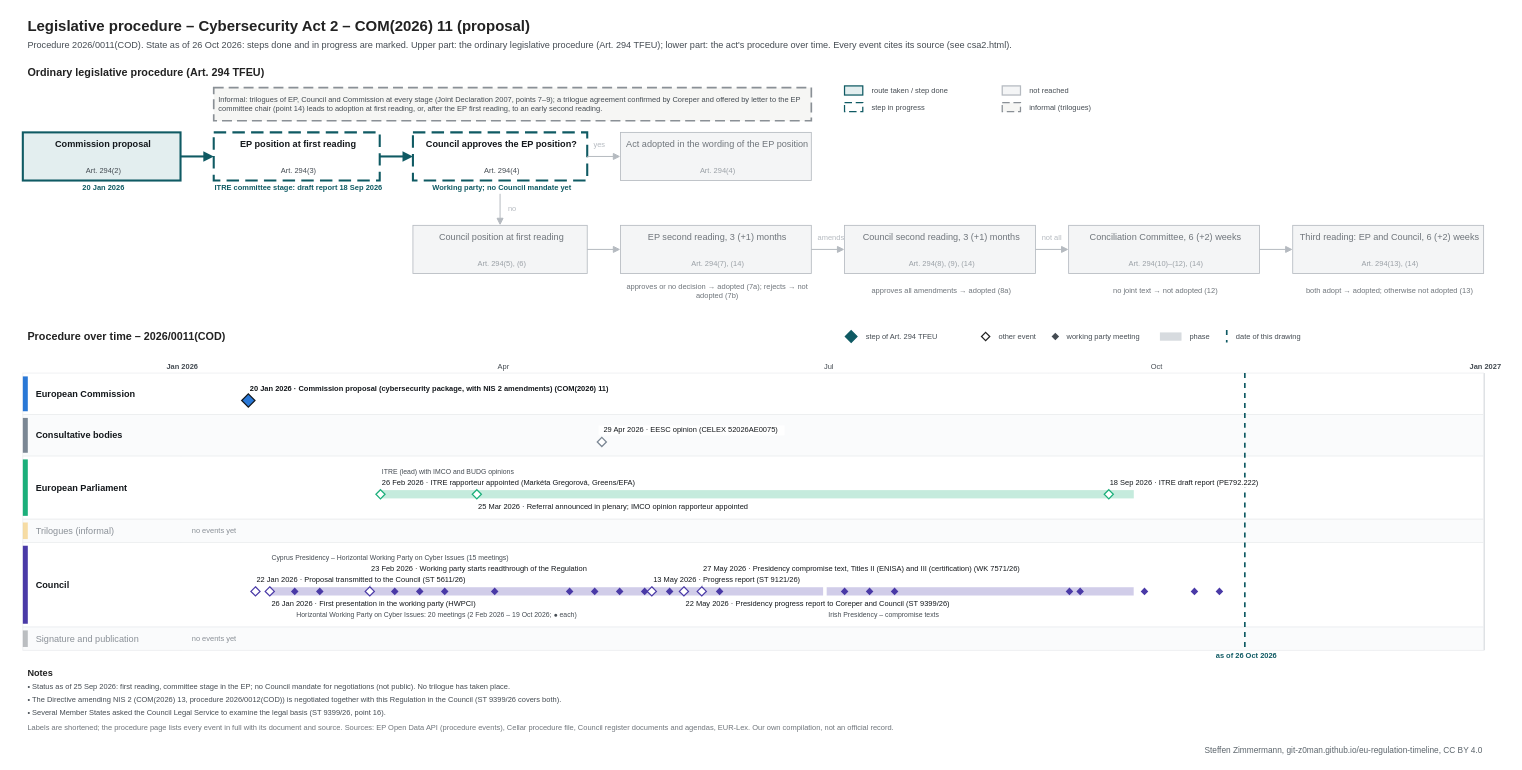
Before: procedures/csa2.drawio in git-z0man/eu-regulation-timeline, a draw.io diagram. Source tidied: cells renumbered, new cells numbered last; positions are measured from the earlier drawing's top-left corner, leaving out a move shared by most shapes. Both pictures are drawn from the tidied source at 83%, with x=0, y=0 at pixel (14, 14).
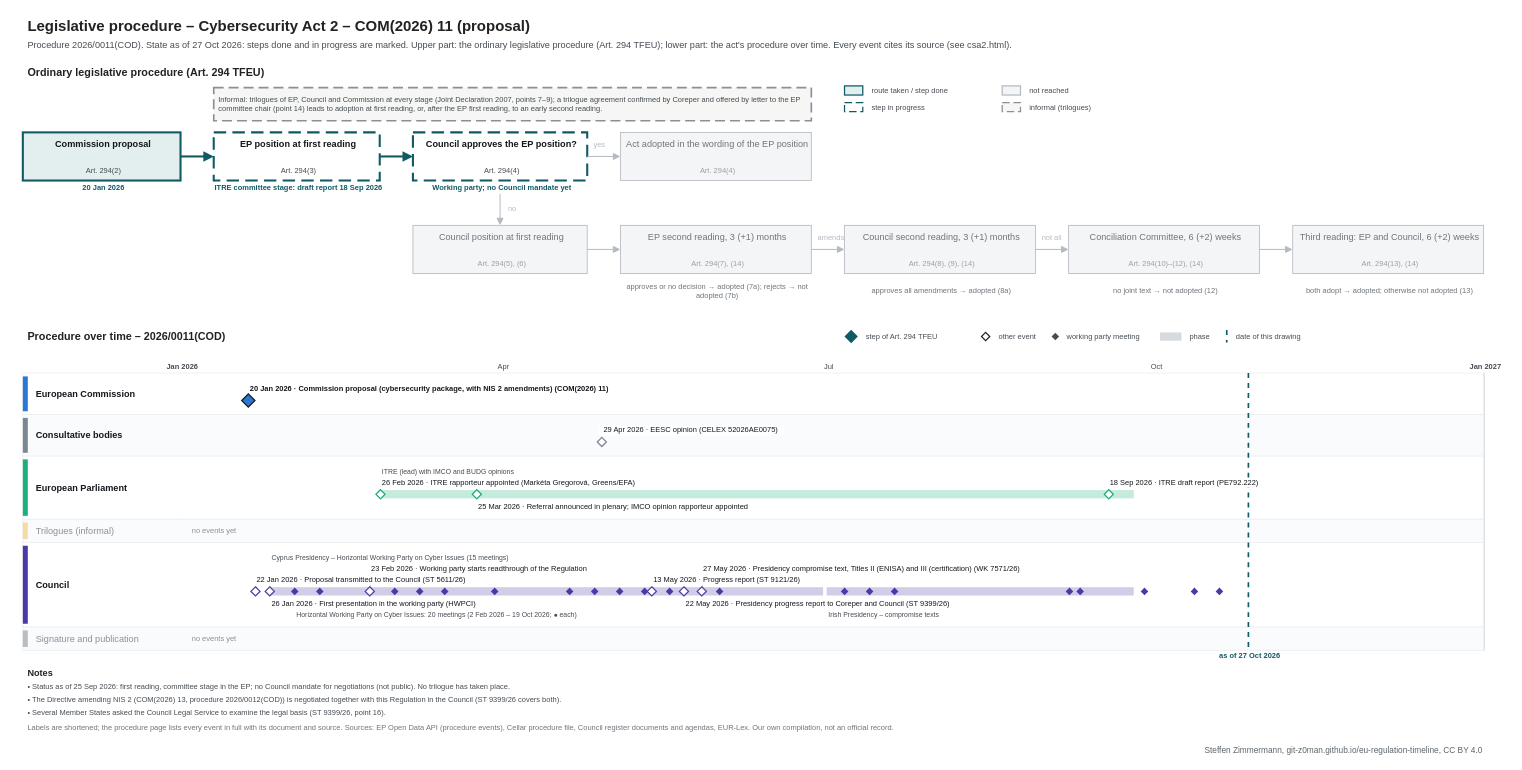
After the change.

Diff of the diagram source:
```diff
@@
-    <mxCell id="3" value="Procedure 2026/0011(COD). State as of 26 Oct 2026: steps done and in progress are marked. Upper part: the ordinary legislative procedure (Art. 294 TFEU); lower part: the act's procedure over time. Every event cites its source (see csa2.html)." style="text;html=1;fontSize=11;fontColor=#454c53;align=left;verticalAlign=middle;spacingLeft=4;" parent="1" vertex="1">
+    <mxCell id="3" value="Procedure 2026/0011(COD). State as of 27 Oct 2026: steps done and in progress are marked. Upper part: the ordinary legislative procedure (Art. 294 TFEU); lower part: the act's procedure over time. Every event cites its source (see csa2.html)." style="text;html=1;fontSize=11;fontColor=#454c53;align=left;verticalAlign=middle;spacingLeft=4;" parent="1" vertex="1">
       <mxGeometry x="10" y="28" width="1700" height="18" as="geometry" />
     </mxCell>
@@
     <mxCell id="110" style="line;html=1;strokeWidth=2;strokeColor=#0f5a63;direction=south;dashed=1;" parent="1" vertex="1">
-      <mxGeometry x="1481.8" y="432" width="1" height="334" as="geometry" />
+      <mxGeometry x="1486.1" y="432" width="1" height="334" as="geometry" />
     </mxCell>
-    <mxCell id="111" value="as of 26 Oct 2026" style="text;html=1;fontSize=9;fontColor=#0f5a63;align=center;verticalAlign=middle;spacingLeft=4;fontStyle=1;" parent="1" vertex="1">
-      <mxGeometry x="1421.8" y="767" width="120" height="12" as="geometry" />
+    <mxCell id="111" value="as of 27 Oct 2026" style="text;html=1;fontSize=9;fontColor=#0f5a63;align=center;verticalAlign=middle;spacingLeft=4;fontStyle=1;" parent="1" vertex="1">
+      <mxGeometry x="1426.1" y="767" width="120" height="12" as="geometry" />
     </mxCell>
```
